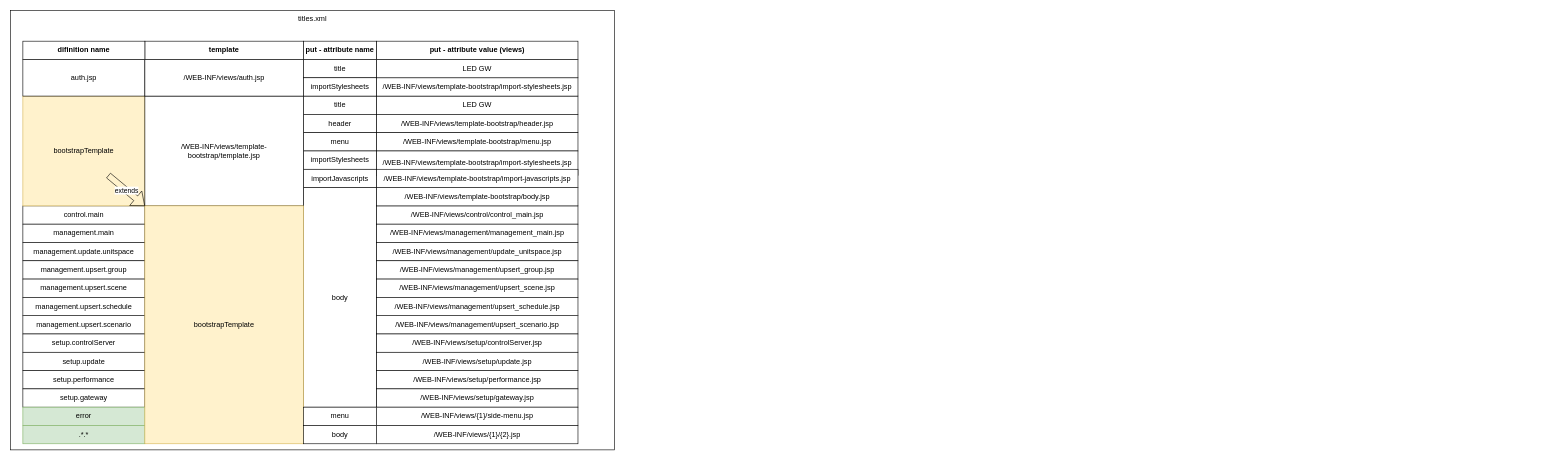
This is ETRI_smart_sensor.drawio from HiImYong/diagrams, a draw.io file, before an edit. Source tidied: cells renumbered, new cells numbered last; positions are measured from the earlier drawing's top-left corner, leaving out a move shared by most shapes. Both pictures are drawn from the tidied source at 61%, with x=0, y=0 at pixel (10, 10).
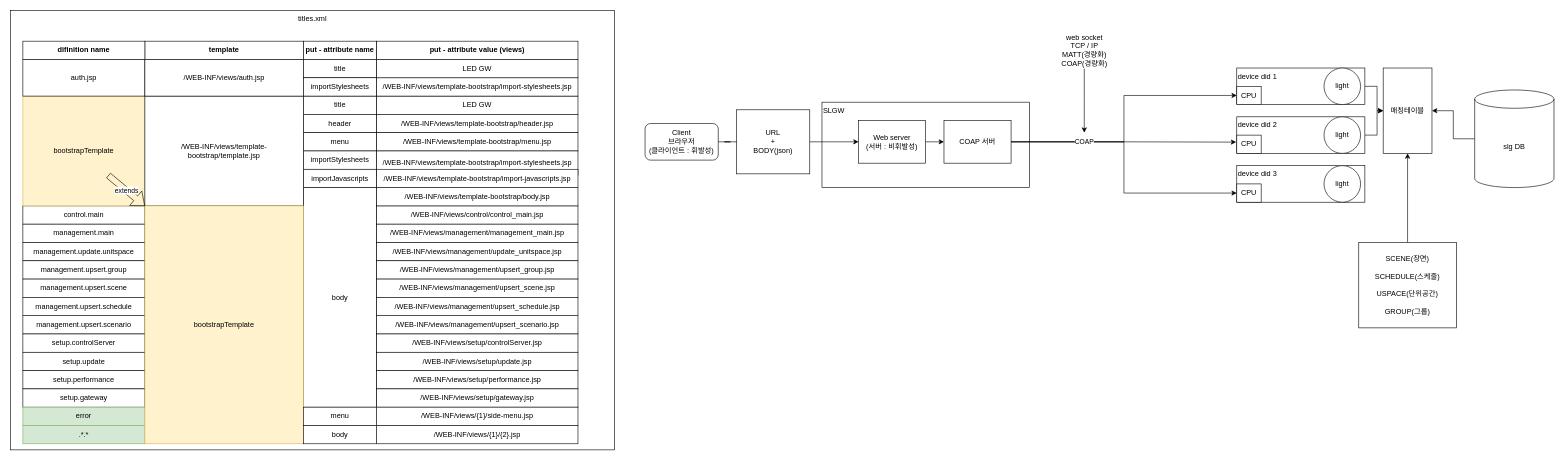
The same page after the edit.

The edit, as a diff of the source:
```diff
@@
+    <mxCell id="59" value="SLGW" style="rounded=0;whiteSpace=wrap;html=1;verticalAlign=top;align=left;" parent="1" vertex="1">
+      <mxGeometry x="1330" y="150" width="340" height="140" as="geometry" />
+    </mxCell>
@@
+    <mxCell id="60" style="edgeStyle=orthogonalEdgeStyle;rounded=0;jettySize=auto;html=1;exitX=1;exitY=0.5;exitDx=0;exitDy=0;entryX=0;entryY=0.5;entryDx=0;entryDy=0;" parent="1" edge="1" source="61" target="65">
+      <mxGeometry relative="1" as="geometry" />
+    </mxCell>
+    <mxCell id="61" value="Web server&lt;br&gt;(서버 : 비휘발성)" style="rounded=0;whiteSpace=wrap;html=1;" parent="1" vertex="1">
+      <mxGeometry x="1390" y="180" width="110" height="70" as="geometry" />
+    </mxCell>
+    <mxCell id="62" style="edgeStyle=orthogonalEdgeStyle;rounded=0;jettySize=auto;html=1;exitX=1;exitY=0.5;exitDx=0;exitDy=0;entryX=0;entryY=0.5;entryDx=0;entryDy=0;" parent="1" edge="1" source="65" target="73">
+      <mxGeometry relative="1" as="geometry" />
+    </mxCell>
+    <mxCell id="63" style="edgeStyle=orthogonalEdgeStyle;rounded=0;jettySize=auto;html=1;exitX=1;exitY=0.5;exitDx=0;exitDy=0;entryX=-0.025;entryY=0.383;entryDx=0;entryDy=0;entryPerimeter=0;" parent="1" edge="1" source="65" target="77">
+      <mxGeometry relative="1" as="geometry" />
+    </mxCell>
+    <mxCell id="64" value="COAP" style="edgeStyle=orthogonalEdgeStyle;rounded=0;jettySize=auto;html=1;entryX=0;entryY=0.5;entryDx=0;entryDy=0;" parent="1" edge="1" source="65" target="80">
+      <mxGeometry x="-0.47" relative="1" as="geometry" />
+    </mxCell>
+    <mxCell id="65" value="COAP 서버" style="rounded=0;whiteSpace=wrap;html=1;" parent="1" vertex="1">
+      <mxGeometry x="1530" y="180" width="110" height="70" as="geometry" />
+    </mxCell>
+    <mxCell id="66" style="edgeStyle=orthogonalEdgeStyle;rounded=0;jettySize=auto;html=1;startArrow=none;" parent="1" edge="1" source="68" target="61">
+      <mxGeometry relative="1" as="geometry" />
+    </mxCell>
+    <mxCell id="67" value="Client&lt;br&gt;브라우저&lt;br&gt;(클라이언트 : 휘발성)" style="rounded=1;whiteSpace=wrap;html=1;" parent="1" vertex="1">
+      <mxGeometry x="1040" y="185" width="120" height="60" as="geometry" />
+    </mxCell>
+    <mxCell id="68" value="URL&lt;br&gt;+&lt;br&gt;BODY(json)" style="rounded=0;whiteSpace=wrap;html=1;" parent="1" vertex="1">
+      <mxGeometry x="1190" y="162.5" width="120" height="105" as="geometry" />
+    </mxCell>
+    <mxCell id="69" style="edgeStyle=orthogonalEdgeStyle;rounded=0;jettySize=auto;html=1;endArrow=none;" parent="1" edge="1" source="67" target="68">
+      <mxGeometry relative="1" as="geometry" />
+    </mxCell>
+    <mxCell id="70" style="edgeStyle=orthogonalEdgeStyle;rounded=0;jettySize=auto;html=1;exitX=1;exitY=0.5;exitDx=0;exitDy=0;" parent="1" edge="1" source="71" target="83">
+      <mxGeometry relative="1" as="geometry" />
+    </mxCell>
+    <mxCell id="71" value="device did 1" style="rounded=0;whiteSpace=wrap;html=1;verticalAlign=top;align=left;" parent="1" vertex="1">
+      <mxGeometry x="2010" y="94" width="210" height="60" as="geometry" />
+    </mxCell>
+    <mxCell id="72" value="light" style="ellipse;whiteSpace=wrap;html=1;" parent="1" vertex="1">
+      <mxGeometry x="2153" y="94" width="60" height="60" as="geometry" />
+    </mxCell>
+    <mxCell id="73" value="CPU" style="rounded=0;whiteSpace=wrap;html=1;" parent="1" vertex="1">
+      <mxGeometry x="2010" y="124" width="40" height="30" as="geometry" />
+    </mxCell>
+    <mxCell id="74" style="edgeStyle=orthogonalEdgeStyle;rounded=0;jettySize=auto;html=1;entryX=0;entryY=0.5;entryDx=0;entryDy=0;" parent="1" edge="1" source="75" target="83">
+      <mxGeometry relative="1" as="geometry" />
+    </mxCell>
+    <mxCell id="75" value="device did 2" style="rounded=0;whiteSpace=wrap;html=1;verticalAlign=top;align=left;" parent="1" vertex="1">
+      <mxGeometry x="2010" y="174" width="210" height="60" as="geometry" />
+    </mxCell>
+    <mxCell id="76" value="light" style="ellipse;whiteSpace=wrap;html=1;" parent="1" vertex="1">
+      <mxGeometry x="2153" y="174" width="60" height="60" as="geometry" />
+    </mxCell>
+    <mxCell id="77" value="CPU" style="rounded=0;whiteSpace=wrap;html=1;" parent="1" vertex="1">
+      <mxGeometry x="2010" y="204" width="40" height="30" as="geometry" />
+    </mxCell>
+    <mxCell id="78" value="device did 3" style="rounded=0;whiteSpace=wrap;html=1;align=left;verticalAlign=top;" parent="1" vertex="1">
+      <mxGeometry x="2010" y="254" width="210" height="60" as="geometry" />
+    </mxCell>
+    <mxCell id="79" value="light" style="ellipse;whiteSpace=wrap;html=1;" parent="1" vertex="1">
+      <mxGeometry x="2153" y="254" width="60" height="60" as="geometry" />
+    </mxCell>
+    <mxCell id="80" value="CPU" style="rounded=0;whiteSpace=wrap;html=1;" parent="1" vertex="1">
+      <mxGeometry x="2010" y="284" width="40" height="30" as="geometry" />
+    </mxCell>
+    <mxCell id="81" style="edgeStyle=orthogonalEdgeStyle;rounded=0;jettySize=auto;html=1;" parent="1" edge="1" source="82" target="83">
+      <mxGeometry relative="1" as="geometry" />
+    </mxCell>
+    <mxCell id="82" value="slg DB" style="shape=cylinder3;whiteSpace=wrap;html=1;boundedLbl=1;backgroundOutline=1;size=15;" parent="1" vertex="1">
+      <mxGeometry x="2400" y="130" width="130" height="160" as="geometry" />
+    </mxCell>
+    <mxCell id="83" value="매칭테이블" style="rounded=0;whiteSpace=wrap;html=1;" parent="1" vertex="1">
+      <mxGeometry x="2250" y="94" width="80" height="140" as="geometry" />
+    </mxCell>
+    <mxCell id="84" style="edgeStyle=orthogonalEdgeStyle;rounded=0;jettySize=auto;html=1;" parent="1" edge="1" source="85">
+      <mxGeometry relative="1" as="geometry">
+        <mxPoint x="1760" y="200" as="targetPoint" />
+      </mxGeometry>
+    </mxCell>
+    <mxCell id="85" value="web socket&lt;br&gt;TCP / IP&lt;br&gt;MATT(경량화)&lt;br&gt;COAP(경량화)" style="text;html=1;align=center;verticalAlign=middle;points=[];strokeColor=none;fillColor=none;" parent="1" vertex="1">
+      <mxGeometry x="1715" y="35" width="90" height="60" as="geometry" />
+    </mxCell>
+    <mxCell id="86" style="edgeStyle=orthogonalEdgeStyle;rounded=0;jettySize=auto;html=1;entryX=0.5;entryY=1;entryDx=0;entryDy=0;" parent="1" edge="1" source="87" target="83">
+      <mxGeometry relative="1" as="geometry" />
+    </mxCell>
+    <mxCell id="87" value="SCENE(장면)&lt;br&gt;&lt;br&gt;SCHEDULE(스케줄)&lt;br&gt;&lt;br&gt;USPACE(단위공간)&lt;br&gt;&lt;br&gt;GROUP(그룹)" style="rounded=0;whiteSpace=wrap;html=1;" parent="1" vertex="1">
+      <mxGeometry x="2210" y="380" width="160" height="140" as="geometry" />
+    </mxCell>
```
